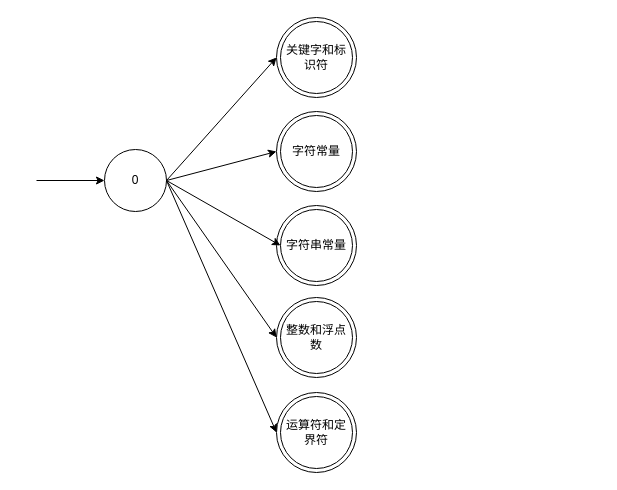
The draw.io diagram 词法分析自动机总体.drawio in ZYNsama666/BackUp, before the edit. Source tidied: cells renumbered, new cells numbered last; positions are measured from the earlier drawing's top-left corner, leaving out a move shared by most shapes. Both pictures are drawn from the tidied source at 100%, with x=0, y=0 at pixel (36, 17).
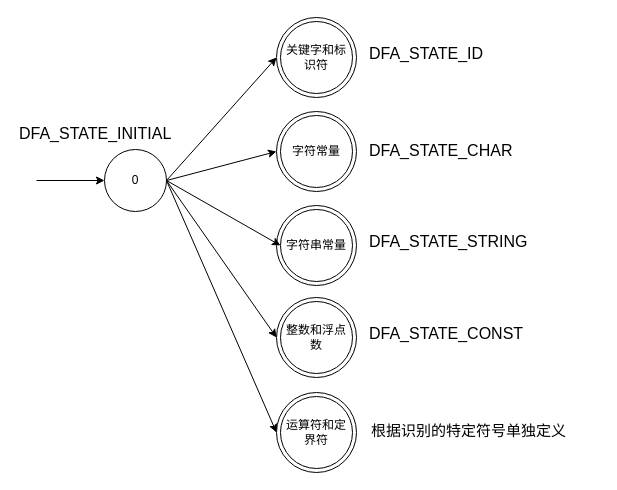
The same diagram, later.

Commit message:
更新词法分析自动机总体.drawio

Diff of the diagram source:
```diff
@@
+    <mxCell id="19" value="&lt;span style=&quot;font-size:12.0pt;font-family:&#10;&amp;quot;Times New Roman&amp;quot;,serif;mso-fareast-font-family:宋体;mso-fareast-theme-font:minor-fareast;&#10;mso-font-kerning:0pt;mso-ansi-language:EN-US;mso-fareast-language:ZH-CN;&#10;mso-bidi-language:AR-SA&quot; lang=&quot;EN-US&quot;&gt;DFA_STATE_INITIAL&lt;/span&gt;" style="text;whiteSpace=wrap;html=1;" parent="1" vertex="1">
+      <mxGeometry x="-19" y="100" width="180" height="41" as="geometry" />
+    </mxCell>
+    <mxCell id="20" value="&lt;span style=&quot;font-size:12.0pt;font-family:&#10;&amp;quot;Times New Roman&amp;quot;,serif;mso-fareast-font-family:宋体;mso-fareast-theme-font:minor-fareast;&#10;mso-font-kerning:0pt;mso-ansi-language:EN-US;mso-fareast-language:ZH-CN;&#10;mso-bidi-language:AR-SA&quot; lang=&quot;EN-US&quot;&gt;DFA_STATE_ID&lt;/span&gt;" style="text;whiteSpace=wrap;html=1;" parent="1" vertex="1">
+      <mxGeometry x="331" y="19.5" width="142" height="41" as="geometry" />
+    </mxCell>
+    <mxCell id="21" value="&lt;span style=&quot;font-size:12.0pt;font-family:&#10;&amp;quot;Times New Roman&amp;quot;,serif;mso-fareast-font-family:宋体;mso-fareast-theme-font:minor-fareast;&#10;mso-font-kerning:0pt;mso-ansi-language:EN-US;mso-fareast-language:ZH-CN;&#10;mso-bidi-language:AR-SA&quot; lang=&quot;EN-US&quot;&gt;DFA_STATE_CHAR&lt;/span&gt;" style="text;whiteSpace=wrap;html=1;" parent="1" vertex="1">
+      <mxGeometry x="331" y="117" width="171" height="41" as="geometry" />
+    </mxCell>
+    <mxCell id="22" value="&lt;span style=&quot;font-size:12.0pt;font-family:&#10;&amp;quot;Times New Roman&amp;quot;,serif;mso-fareast-font-family:宋体;mso-fareast-theme-font:minor-fareast;&#10;mso-font-kerning:0pt;mso-ansi-language:EN-US;mso-fareast-language:ZH-CN;&#10;mso-bidi-language:AR-SA&quot; lang=&quot;EN-US&quot;&gt;DFA_STATE_STRING&lt;/span&gt;" style="text;whiteSpace=wrap;html=1;" parent="1" vertex="1">
+      <mxGeometry x="331" y="207.5" width="186" height="41" as="geometry" />
+    </mxCell>
+    <mxCell id="23" value="&lt;span style=&quot;font-size:12.0pt;font-family:&#10;&amp;quot;Times New Roman&amp;quot;,serif;mso-fareast-font-family:宋体;mso-fareast-theme-font:minor-fareast;&#10;mso-font-kerning:0pt;mso-ansi-language:EN-US;mso-fareast-language:ZH-CN;&#10;mso-bidi-language:AR-SA&quot; lang=&quot;EN-US&quot;&gt;DFA_STATE_CONST&lt;/span&gt;" style="text;whiteSpace=wrap;html=1;" parent="1" vertex="1">
+      <mxGeometry x="331" y="299.5" width="182" height="41" as="geometry" />
+    </mxCell>
+    <mxCell id="24" value="&lt;font style=&quot;font-size: 15px;&quot;&gt;根据识别的特定符号单独定义&lt;/font&gt;" style="text;whiteSpace=wrap;html=1;" parent="1" vertex="1">
+      <mxGeometry x="333" y="398" width="231" height="41" as="geometry" />
+    </mxCell>
```
